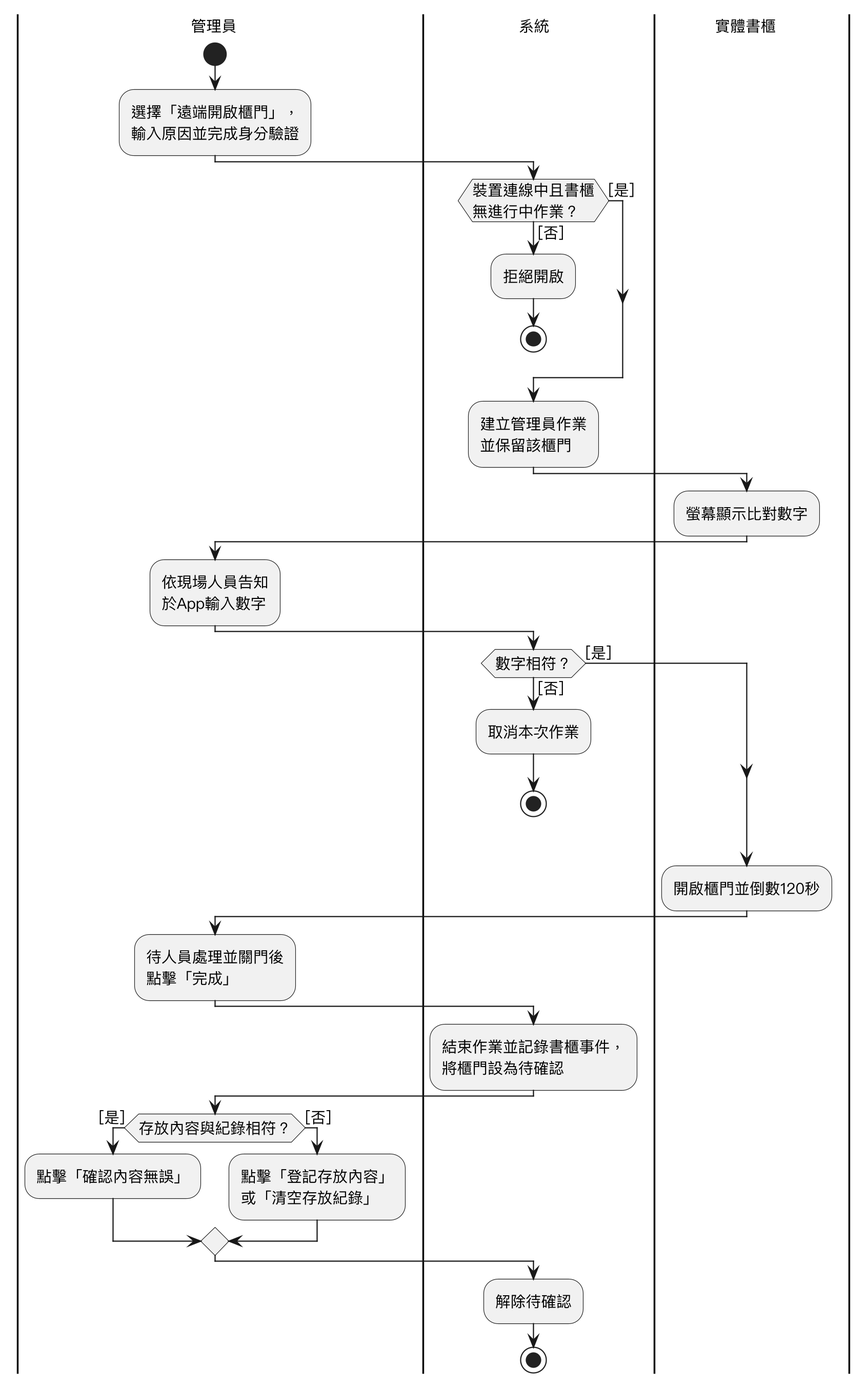
This is Diagrams/Activity diagram/v3/uc34.png from SaveMyBook/SaveMyBook, a PlantUML export, as it was before one commit. The source it was exported from:
```plantuml
@startuml
skinparam monochrome true
skinparam shadowing false
skinparam dpi 220
skinparam defaultFontName "PingFang TC"
skinparam defaultFontSize 13
skinparam swimlaneWidth same
|管理員|
start
:選擇「遠端開啟櫃門」，\n輸入原因並完成身分驗證;
|系統|
if (裝置連線中且書櫃\n無進行中作業？) then ([否])
  :拒絕開啟;
  stop
else ([是])
endif
:建立管理員作業\n並保留該櫃門;
|實體書櫃|
:螢幕顯示比對數字;
|管理員|
:依現場人員告知\n於App輸入數字;
|系統|
if (數字相符？) then ([否])
  :取消本次作業;
  stop
else ([是])
endif
|實體書櫃|
:開啟櫃門並倒數120秒;
|管理員|
:待人員處理並關門後\n點擊「完成」;
|系統|
:結束作業並記錄書櫃事件，\n將櫃門設為待確認;
|管理員|
if (存放內容與紀錄相符？) then ([是])
  :點擊「確認內容無誤」;
else ([否])
  :點擊「登記存放內容」\n或「清空存放紀錄」;
endif
|系統|
:解除待確認;
stop
@enduml
```
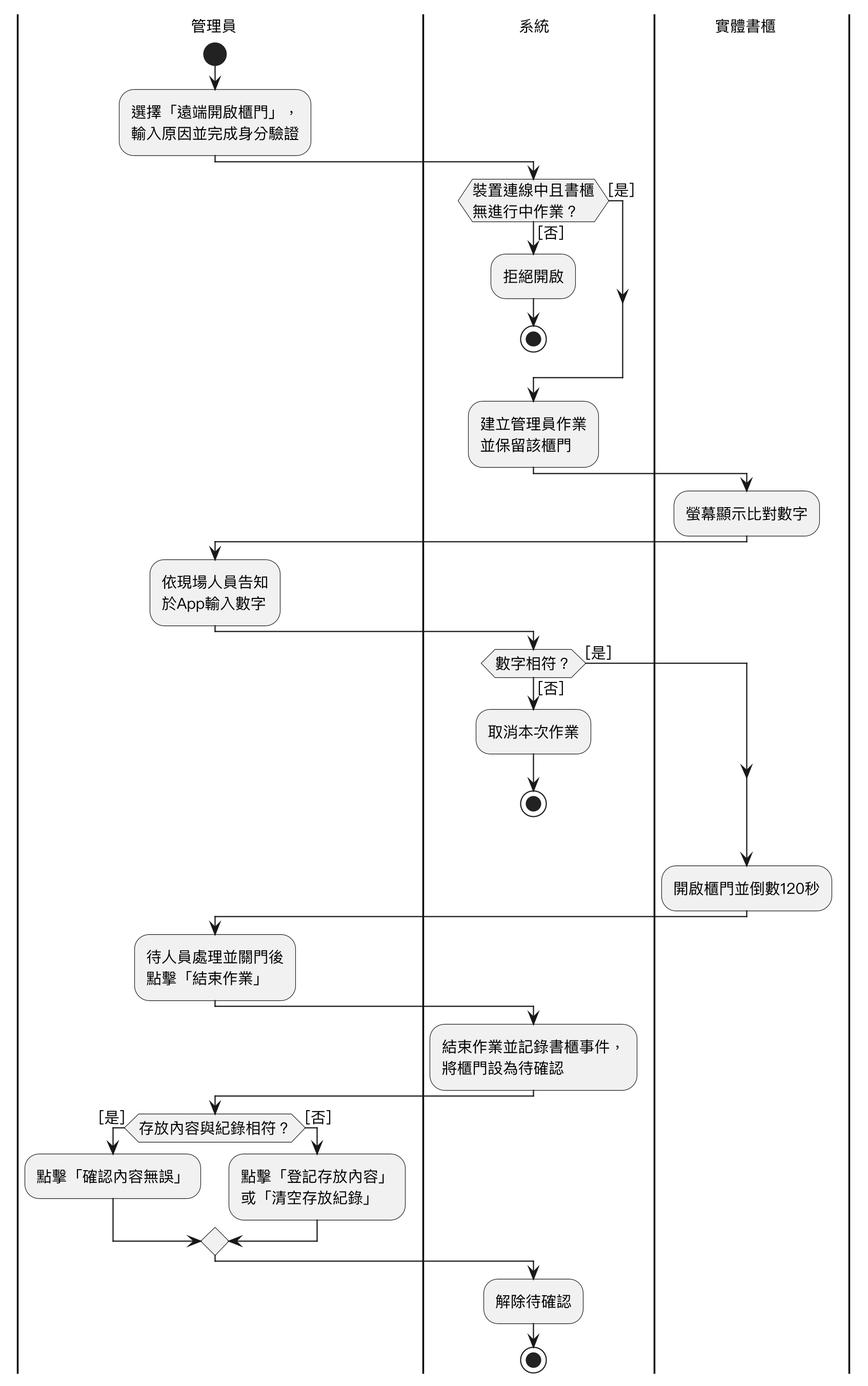
Later version of the same file.

What changed in the source:
```diff
@@ -28,7 +28,7 @@
 |實體書櫃|
 :開啟櫃門並倒數120秒;
 |管理員|
-:待人員處理並關門後\n點擊「完成」;
+:待人員處理並關門後\n點擊「結束作業」;
 |系統|
 :結束作業並記錄書櫃事件，\n將櫃門設為待確認;
 |管理員|
```
